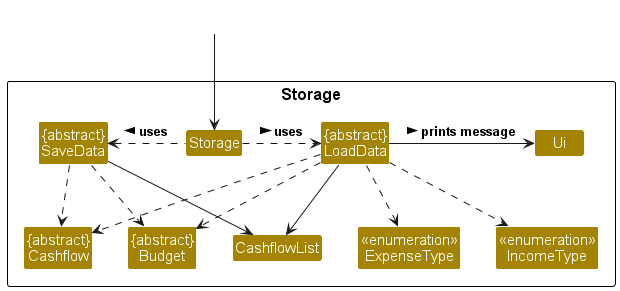
nus-cs2113-AY2324S1/tp keeps this PlantUML diagram as docs/images/Storage.png. Above is the earlier version.
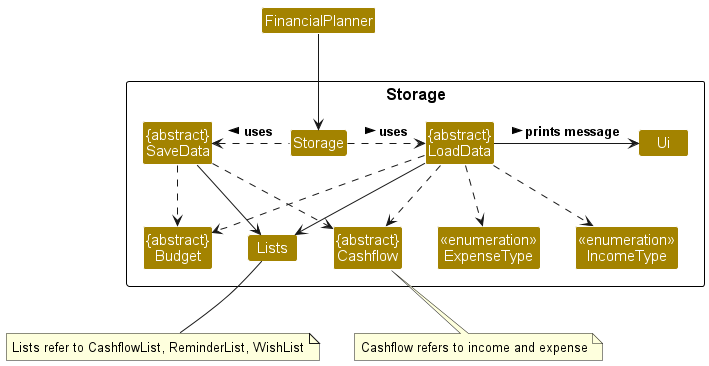
Above is the later version.

The edit, as a diff of the source:
```diff
@@ -6,24 +6,29 @@
 Class Storage
 Class "{abstract}\nLoadData" as LoadData
 Class "{abstract}\nSaveData" as SaveData
-Class CashflowList
 Class "{abstract}\nBudget" as Budget
 Class "{abstract}\nCashflow" as Cashflow
 Class "<<enumeration>>\nExpenseType" as ExpenseType
 Class "<<enumeration>>\nIncomeType" as IncomeType
 Class Ui
+Class Lists
 }
 
-Class FinancialPlanner #FFFFFF
+note "Cashflow refers to income and expense" as N1
+N1 -up-> Cashflow
+
+note "Lists refer to CashflowList, ReminderList, WishList" as N2
+N2 -up-> Lists
+
 FinancialPlanner --> Storage
 
 Storage .right.-> LoadData: uses >
 Storage .left.> SaveData: uses >
-SaveData --> CashflowList
 SaveData ..> Budget
 SaveData ..> Cashflow
+SaveData --> Lists
 
-LoadData --> CashflowList
+LoadData --> Lists
 LoadData ..> Budget
 LoadData ..> ExpenseType
 LoadData ..> IncomeType
```
